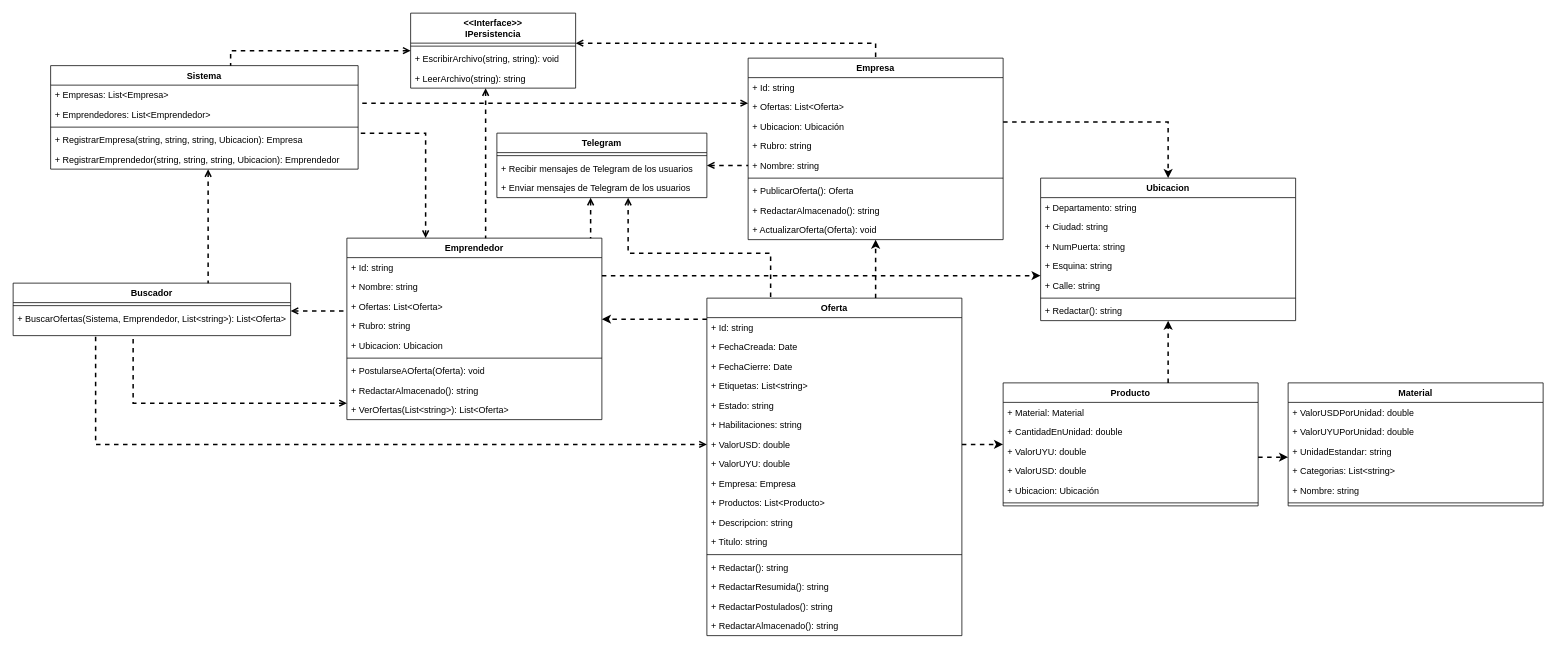
This is docs/ProyectoFinal_E13_UML(2).drawio from WalterTano/ProyectoP2, a draw.io file, before an edit. Source tidied: cells renumbered, new cells numbered last; positions are measured from the earlier drawing's top-left corner, leaving out a move shared by most shapes. Both pictures are drawn from the tidied source at 75%, with x=0, y=0 at pixel (13, 13).
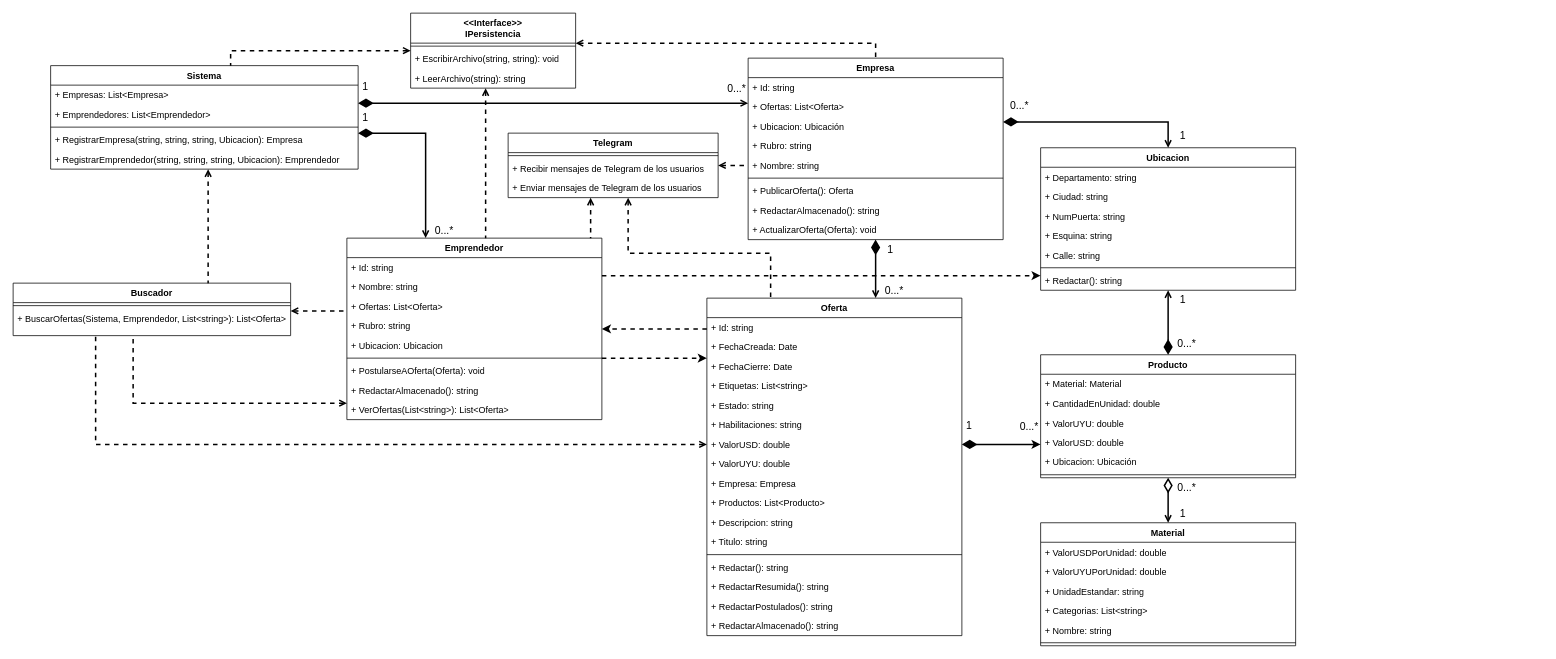
Above is the later version.

Unchanged cells that the change refers to:
```xml
<mxCell id="8" value="Sistema&#10;" style="swimlane;fontStyle=1;align=center;verticalAlign=top;horizontal=1;startSize=26;hachureGap=4;" parent="1" vertex="1">
  <mxGeometry x="50" y="70" width="410" height="138" as="geometry" />
</mxCell>
<mxCell id="14" value="Empresa" style="swimlane;fontStyle=1;align=center;verticalAlign=top;horizontal=1;startSize=26;hachureGap=4;" parent="1" vertex="1">
  <mxGeometry x="980" y="60" width="340" height="242" as="geometry" />
</mxCell>
<mxCell id="28" value="Emprendedor" style="swimlane;fontStyle=1;align=center;verticalAlign=top;horizontal=1;startSize=26;hachureGap=4;" parent="1" vertex="1">
  <mxGeometry x="445" y="300" width="340" height="242" as="geometry" />
</mxCell>
<mxCell id="38" value="Oferta" style="swimlane;fontStyle=1;align=center;verticalAlign=top;horizontal=1;startSize=26;hachureGap=4;" parent="1" vertex="1">
  <mxGeometry x="925" y="380" width="340" height="450" as="geometry" />
</mxCell>
```

Change to the diagram source:
```diff
@@
-    <mxCell id="2" style="edgeStyle=orthogonalEdgeStyle;rounded=0;jettySize=auto;html=1;fontFamily=Verdana;fontSize=10;strokeWidth=2;dashed=1;" parent="1" edge="1" source="38" target="14">
+    <mxCell id="2" style="edgeStyle=orthogonalEdgeStyle;rounded=0;jettySize=auto;html=1;fontFamily=Verdana;fontSize=10;strokeWidth=2;endArrow=diamondThin;endFill=1;startArrow=open;startFill=0;endSize=15;startSize=6;" parent="1" edge="1" source="38" target="14">
       <mxGeometry relative="1" as="geometry">
         <Array as="points">
           <mxPoint x="1150" y="360" />
           <mxPoint x="1150" y="360" />
         </Array>
       </mxGeometry>
     </mxCell>
-    <mxCell id="3" style="edgeStyle=orthogonalEdgeStyle;rounded=0;jettySize=auto;html=1;fontFamily=Verdana;fontSize=10;endArrow=none;endFill=0;startArrow=open;startFill=0;dashed=1;strokeWidth=2;" parent="1" edge="1" source="28" target="8">
+    <mxCell id="3" style="edgeStyle=orthogonalEdgeStyle;rounded=0;jettySize=auto;html=1;fontFamily=Verdana;fontSize=10;endArrow=diamondThin;endFill=1;startArrow=open;startFill=0;strokeWidth=2;endSize=15;" parent="1" edge="1" source="28" target="8">
       <mxGeometry relative="1" as="geometry">
         <Array as="points">
           <mxPoint x="550" y="160" />
         </Array>
       </mxGeometry>
     </mxCell>
-    <mxCell id="4" style="edgeStyle=orthogonalEdgeStyle;rounded=0;jettySize=auto;html=1;fontFamily=Verdana;fontSize=10;endArrow=none;endFill=0;startArrow=open;startFill=0;dashed=1;strokeWidth=2;" parent="1" edge="1" source="14" target="8">
+    <mxCell id="4" style="edgeStyle=orthogonalEdgeStyle;rounded=0;jettySize=auto;html=1;fontFamily=Verdana;fontSize=10;endArrow=diamondThin;endFill=1;startArrow=open;startFill=0;strokeWidth=2;endSize=15;" parent="1" edge="1" source="14" target="8">
       <mxGeometry relative="1" as="geometry">
         <Array as="points">
           <mxPoint x="650" y="120" />
           <mxPoint x="650" y="120" />
         </Array>
       </mxGeometry>
     </mxCell>
@@
     <mxCell id="56" style="edgeStyle=orthogonalEdgeStyle;rounded=0;jettySize=auto;html=1;fontFamily=Verdana;fontSize=10;strokeWidth=2;dashed=1;" parent="1" edge="1" source="38" target="28">
       <mxGeometry relative="1" as="geometry">
         <Array as="points">
-          <mxPoint x="820" y="408" />
-          <mxPoint x="820" y="408" />
+          <mxPoint x="870" y="421" />
+          <mxPoint x="870" y="421" />
         </Array>
       </mxGeometry>
     </mxCell>
     <mxCell id="57" value="Producto" style="swimlane;fontStyle=1;align=center;verticalAlign=top;horizontal=1;startSize=26;hachureGap=4;" parent="1" vertex="1">
-      <mxGeometry x="1320" y="493" width="340" height="164" as="geometry" />
+      <mxGeometry x="1370" y="455.5" width="340" height="164" as="geometry" />
     </mxCell>
@@
-    <mxCell id="64" style="edgeStyle=orthogonalEdgeStyle;rounded=0;jettySize=auto;html=1;fontFamily=Verdana;fontSize=10;strokeWidth=2;dashed=1;" parent="1" edge="1" source="38" target="57">
+    <mxCell id="64" style="edgeStyle=orthogonalEdgeStyle;rounded=0;jettySize=auto;html=1;fontFamily=Verdana;fontSize=10;strokeWidth=2;startArrow=diamondThin;startFill=1;endSize=6;startSize=15;" parent="1" edge="1" source="38" target="57">
       <mxGeometry relative="1" as="geometry">
         <Array as="points">
           <mxPoint x="1290" y="575" />
           <mxPoint x="1290" y="575" />
         </Array>
       </mxGeometry>
     </mxCell>
     <mxCell id="65" value="Telegram" style="swimlane;fontStyle=1;align=center;verticalAlign=top;horizontal=1;startSize=26;hachureGap=4;" parent="1" vertex="1">
-      <mxGeometry x="645" y="160" width="280" height="86" as="geometry" />
+      <mxGeometry x="660" y="160" width="280" height="86" as="geometry" />
     </mxCell>
@@
     <mxCell id="72" value="Material" style="swimlane;fontStyle=1;align=center;verticalAlign=top;horizontal=1;startSize=26;hachureGap=4;" parent="1" vertex="1">
-      <mxGeometry x="1700" y="493" width="340" height="164" as="geometry" />
+      <mxGeometry x="1370" y="679.5" width="340" height="164" as="geometry" />
     </mxCell>
@@
-    <mxCell id="79" style="edgeStyle=orthogonalEdgeStyle;rounded=0;jettySize=auto;html=1;fontFamily=Verdana;fontSize=10;strokeWidth=2;dashed=1;" parent="1" edge="1" source="57" target="72">
+    <mxCell id="79" style="edgeStyle=orthogonalEdgeStyle;rounded=0;jettySize=auto;html=1;fontFamily=Verdana;fontSize=10;strokeWidth=2;endArrow=open;endFill=0;startArrow=diamondThin;startFill=0;startSize=15;" parent="1" edge="1" source="57" target="72">
       <mxGeometry relative="1" as="geometry">
         <Array as="points">
-          <mxPoint x="1680" y="592" />
-          <mxPoint x="1680" y="592" />
+          <mxPoint x="1490" y="551.5" />
         </Array>
       </mxGeometry>
     </mxCell>
     <mxCell id="80" value="Ubicacion" style="swimlane;fontStyle=1;align=center;verticalAlign=top;horizontal=1;startSize=26;hachureGap=4;" parent="1" vertex="1">
-      <mxGeometry x="1370" y="220" width="340" height="190" as="geometry" />
+      <mxGeometry x="1370" y="179.5" width="340" height="190" as="geometry" />
     </mxCell>
@@
-    <mxCell id="88" style="edgeStyle=orthogonalEdgeStyle;rounded=0;jettySize=auto;html=1;fontFamily=Verdana;fontSize=10;strokeWidth=2;dashed=1;" parent="1" edge="1" source="57" target="80">
+    <mxCell id="88" style="edgeStyle=orthogonalEdgeStyle;rounded=0;jettySize=auto;html=1;fontFamily=Verdana;fontSize=10;strokeWidth=2;startArrow=diamondThin;startFill=1;startSize=15;endArrow=open;endFill=0;" parent="1" edge="1" source="57" target="80">
       <mxGeometry relative="1" as="geometry">
         <Array as="points">
-          <mxPoint x="1540" y="470" />
-          <mxPoint x="1540" y="470" />
+          <mxPoint x="1540" y="429.5" />
+          <mxPoint x="1540" y="429.5" />
         </Array>
       </mxGeometry>
     </mxCell>
-    <mxCell id="89" style="edgeStyle=orthogonalEdgeStyle;rounded=0;jettySize=auto;html=1;fontFamily=Verdana;fontSize=10;strokeWidth=2;dashed=1;" parent="1" edge="1" source="14" target="80">
+    <mxCell id="89" style="edgeStyle=orthogonalEdgeStyle;rounded=0;jettySize=auto;html=1;fontFamily=Verdana;fontSize=10;strokeWidth=2;startArrow=diamondThin;startFill=1;endSize=6;startSize=15;endArrow=open;endFill=0;" parent="1" edge="1" source="14" target="80">
       <mxGeometry relative="1" as="geometry">
         <Array as="points">
           <mxPoint x="1340" y="145" />
           <mxPoint x="1340" y="145" />
         </Array>
       </mxGeometry>
     </mxCell>
@@
+    <mxCell id="98" value="1" style="text;html=1;strokeColor=none;fillColor=none;align=center;verticalAlign=middle;whiteSpace=wrap;rounded=0;hachureGap=4;fontSize=14;" parent="1" vertex="1">
+      <mxGeometry x="1160" y="302" width="20" height="25" as="geometry" />
+    </mxCell>
+    <mxCell id="99" value="0...*" style="text;html=1;strokeColor=none;fillColor=none;align=center;verticalAlign=middle;whiteSpace=wrap;rounded=0;hachureGap=4;fontSize=14;" parent="1" vertex="1">
+      <mxGeometry x="1160" y="360" width="30" height="20" as="geometry" />
+    </mxCell>
+    <mxCell id="100" value="1" style="text;html=1;strokeColor=none;fillColor=none;align=center;verticalAlign=middle;whiteSpace=wrap;rounded=0;hachureGap=4;fontSize=14;" parent="1" vertex="1">
+      <mxGeometry x="1550" y="150" width="20" height="25" as="geometry" />
+    </mxCell>
+    <mxCell id="101" value="0...*" style="text;html=1;strokeColor=none;fillColor=none;align=center;verticalAlign=middle;whiteSpace=wrap;rounded=0;hachureGap=4;fontSize=14;" parent="1" vertex="1">
+      <mxGeometry x="1327" y="110" width="30" height="25" as="geometry" />
+    </mxCell>
+    <mxCell id="102" value="1" style="text;html=1;strokeColor=none;fillColor=none;align=center;verticalAlign=middle;whiteSpace=wrap;rounded=0;hachureGap=4;fontSize=14;" parent="1" vertex="1">
+      <mxGeometry x="1550" y="369.5" width="20" height="25" as="geometry" />
+    </mxCell>
+    <mxCell id="103" value="0...*" style="text;html=1;strokeColor=none;fillColor=none;align=center;verticalAlign=middle;whiteSpace=wrap;rounded=0;hachureGap=4;fontSize=14;" parent="1" vertex="1">
+      <mxGeometry x="1550" y="427.5" width="30" height="25" as="geometry" />
+    </mxCell>
+    <mxCell id="104" value="0...*" style="text;html=1;strokeColor=none;fillColor=none;align=center;verticalAlign=middle;whiteSpace=wrap;rounded=0;hachureGap=4;fontSize=14;" parent="1" vertex="1">
+      <mxGeometry x="1550" y="619.5" width="30" height="25" as="geometry" />
+    </mxCell>
+    <mxCell id="105" value="1" style="text;html=1;strokeColor=none;fillColor=none;align=center;verticalAlign=middle;whiteSpace=wrap;rounded=0;hachureGap=4;fontSize=14;" parent="1" vertex="1">
+      <mxGeometry x="1550" y="654.5" width="20" height="25" as="geometry" />
+    </mxCell>
+    <mxCell id="106" value="0...*" style="text;html=1;strokeColor=none;fillColor=none;align=center;verticalAlign=middle;whiteSpace=wrap;rounded=0;hachureGap=4;fontSize=14;" parent="1" vertex="1">
+      <mxGeometry x="1340" y="538" width="30" height="25" as="geometry" />
+    </mxCell>
+    <mxCell id="107" value="1" style="text;html=1;strokeColor=none;fillColor=none;align=center;verticalAlign=middle;whiteSpace=wrap;rounded=0;hachureGap=4;fontSize=14;" parent="1" vertex="1">
+      <mxGeometry x="1265" y="537.5" width="20" height="25" as="geometry" />
+    </mxCell>
+    <mxCell id="108" value="1" style="text;html=1;strokeColor=none;fillColor=none;align=center;verticalAlign=middle;whiteSpace=wrap;rounded=0;hachureGap=4;fontSize=14;" parent="1" vertex="1">
+      <mxGeometry x="460" y="85" width="20" height="25" as="geometry" />
+    </mxCell>
+    <mxCell id="109" value="0...*" style="text;html=1;strokeColor=none;fillColor=none;align=center;verticalAlign=middle;whiteSpace=wrap;rounded=0;hachureGap=4;fontSize=14;" parent="1" vertex="1">
+      <mxGeometry x="950" y="90" width="30" height="20" as="geometry" />
+    </mxCell>
+    <mxCell id="110" value="1" style="text;html=1;strokeColor=none;fillColor=none;align=center;verticalAlign=middle;whiteSpace=wrap;rounded=0;hachureGap=4;fontSize=14;" parent="1" vertex="1">
+      <mxGeometry x="460" y="126.5" width="20" height="25" as="geometry" />
+    </mxCell>
+    <mxCell id="111" value="0...*" style="text;html=1;strokeColor=none;fillColor=none;align=center;verticalAlign=middle;whiteSpace=wrap;rounded=0;hachureGap=4;fontSize=14;" parent="1" vertex="1">
+      <mxGeometry x="560" y="280" width="30" height="20" as="geometry" />
+    </mxCell>
+    <mxCell id="112" style="edgeStyle=orthogonalEdgeStyle;rounded=0;jettySize=auto;html=1;fontFamily=Verdana;fontSize=10;strokeWidth=2;dashed=1;" parent="1" edge="1" source="28" target="38">
+      <mxGeometry relative="1" as="geometry">
+        <Array as="points">
+          <mxPoint x="860" y="460" />
+          <mxPoint x="860" y="460" />
+        </Array>
+      </mxGeometry>
+    </mxCell>
```
